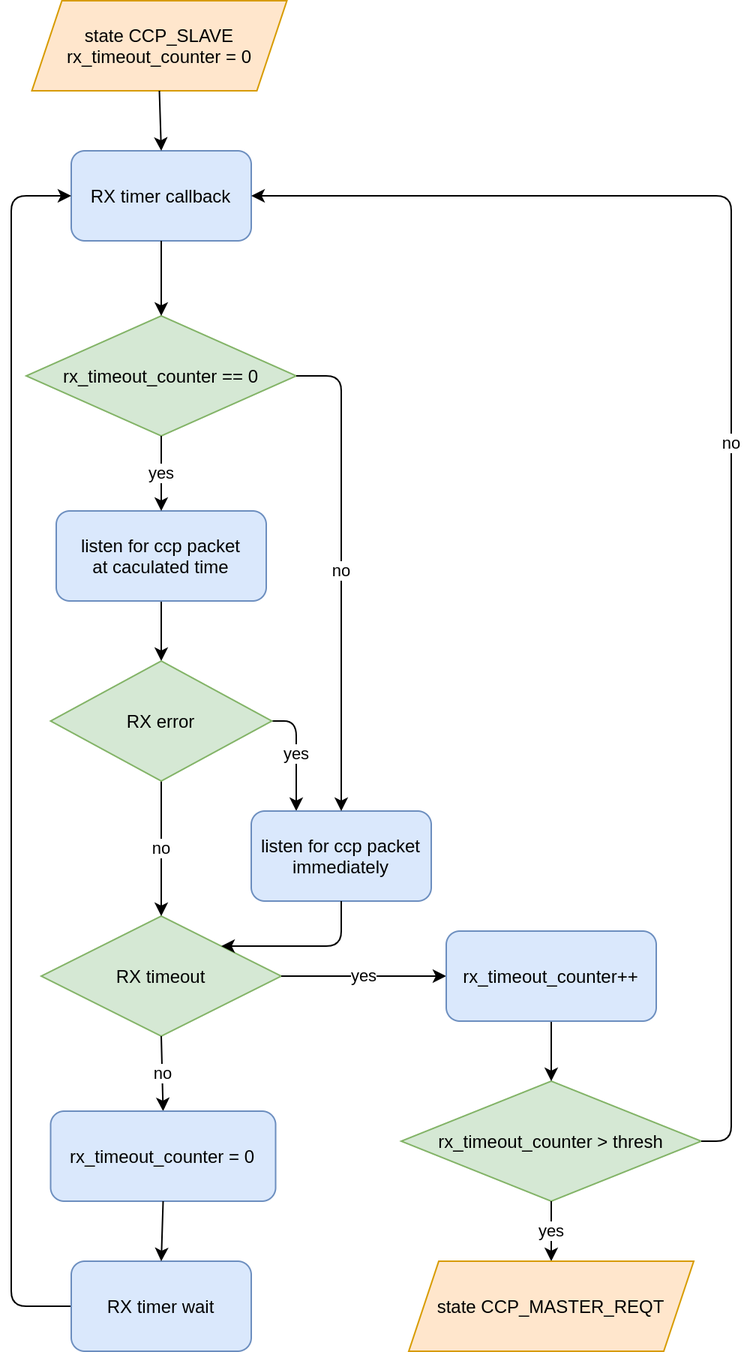
This is reports/03_firmware/img/ccp_slave_flow_chart.png from tuannv-github/uwb-ips, a draw.io export, as it was before one commit. Source tidied: cells renumbered, new cells last; positions are measured from the earlier drawing's top-left corner, leaving out a move shared by most shapes.
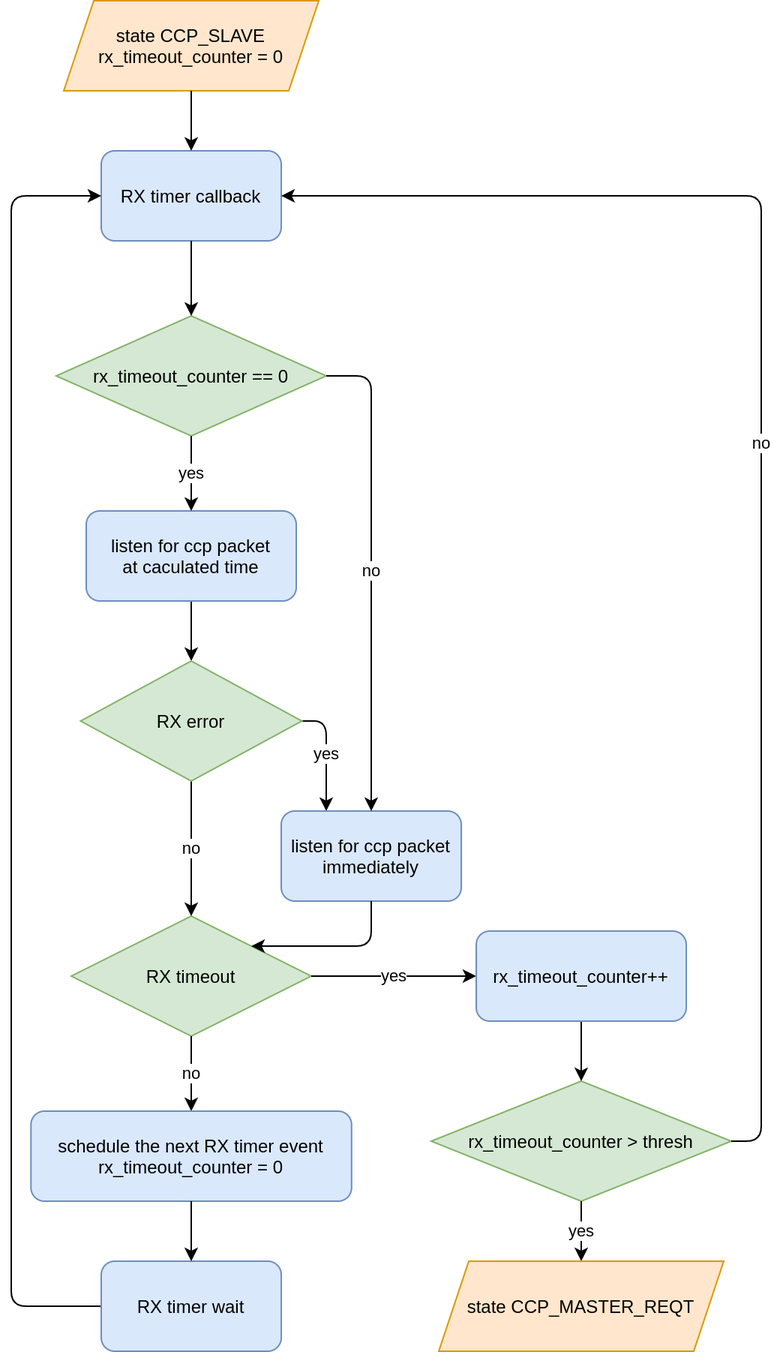
The same diagram one commit later.

Change to the diagram source:
```diff
@@ -23,8 +23,8 @@
     <mxCell id="8" style="endArrow=classic;html=1;exitX=0;exitY=0.5;exitDx=0;exitDy=0;entryX=0;entryY=0.5;entryDx=0;entryDy=0;" parent="1" edge="1" source="14" target="7">
       <mxGeometry relative="1" as="geometry">
         <Array as="points">
-          <mxPoint y="870" />
-          <mxPoint y="130" />
+          <mxPoint x="-20" y="870" />
+          <mxPoint x="-20" y="130" />
         </Array>
       </mxGeometry>
     </mxCell>
@@ -54,8 +54,8 @@
     <mxCell id="14" value="RX timer wait" style="rounded=1;whiteSpace=wrap;html=1;fillColor=#dae8fc;strokeColor=#6c8ebf;" parent="1" vertex="1">
       <mxGeometry x="40" y="840" width="120" height="60" as="geometry" />
     </mxCell>
-    <mxCell id="15" value="&lt;span&gt;rx_timeout_counter = 0&lt;/span&gt;" style="rounded=1;whiteSpace=wrap;html=1;fillColor=#dae8fc;strokeColor=#6c8ebf;" parent="1" vertex="1">
-      <mxGeometry x="26.2" y="740" width="150" height="60" as="geometry" />
+    <mxCell id="15" value="&lt;span&gt;schedule the next RX timer event&lt;br&gt;rx_timeout_counter = 0&lt;/span&gt;" style="rounded=1;whiteSpace=wrap;html=1;fillColor=#dae8fc;strokeColor=#6c8ebf;" parent="1" vertex="1">
+      <mxGeometry x="-6.9" y="740" width="213.8" height="60" as="geometry" />
     </mxCell>
     <mxCell id="16" value="&lt;span style=&quot;font-family: &amp;#34;helvetica&amp;#34;&quot;&gt;rx_timeout_counter++&lt;/span&gt;" style="rounded=1;whiteSpace=wrap;html=1;fillColor=#dae8fc;strokeColor=#6c8ebf;" parent="1" vertex="1">
       <mxGeometry x="290" y="620" width="140" height="60" as="geometry" />
@@ -94,7 +94,7 @@
       </mxGeometry>
     </mxCell>
     <mxCell id="25" value="&lt;span&gt;state CCP_SLAVE&lt;br&gt;&lt;/span&gt;rx_timeout_counter = 0&lt;span&gt;&lt;br&gt;&lt;/span&gt;" style="shape=parallelogram;perimeter=parallelogramPerimeter;whiteSpace=wrap;html=1;fixedSize=1;fillColor=#ffe6cc;strokeColor=#d79b00;" parent="1" vertex="1">
-      <mxGeometry x="13.8" width="170" height="60" as="geometry" />
+      <mxGeometry x="15" width="170" height="60" as="geometry" />
     </mxCell>
     <mxCell id="26" style="endArrow=classic;html=1;entryX=0.5;entryY=0;entryDx=0;entryDy=0;exitX=0.5;exitY=1;exitDx=0;exitDy=0;" parent="1" edge="1" source="25" target="7">
       <mxGeometry relative="1" as="geometry" />
```
